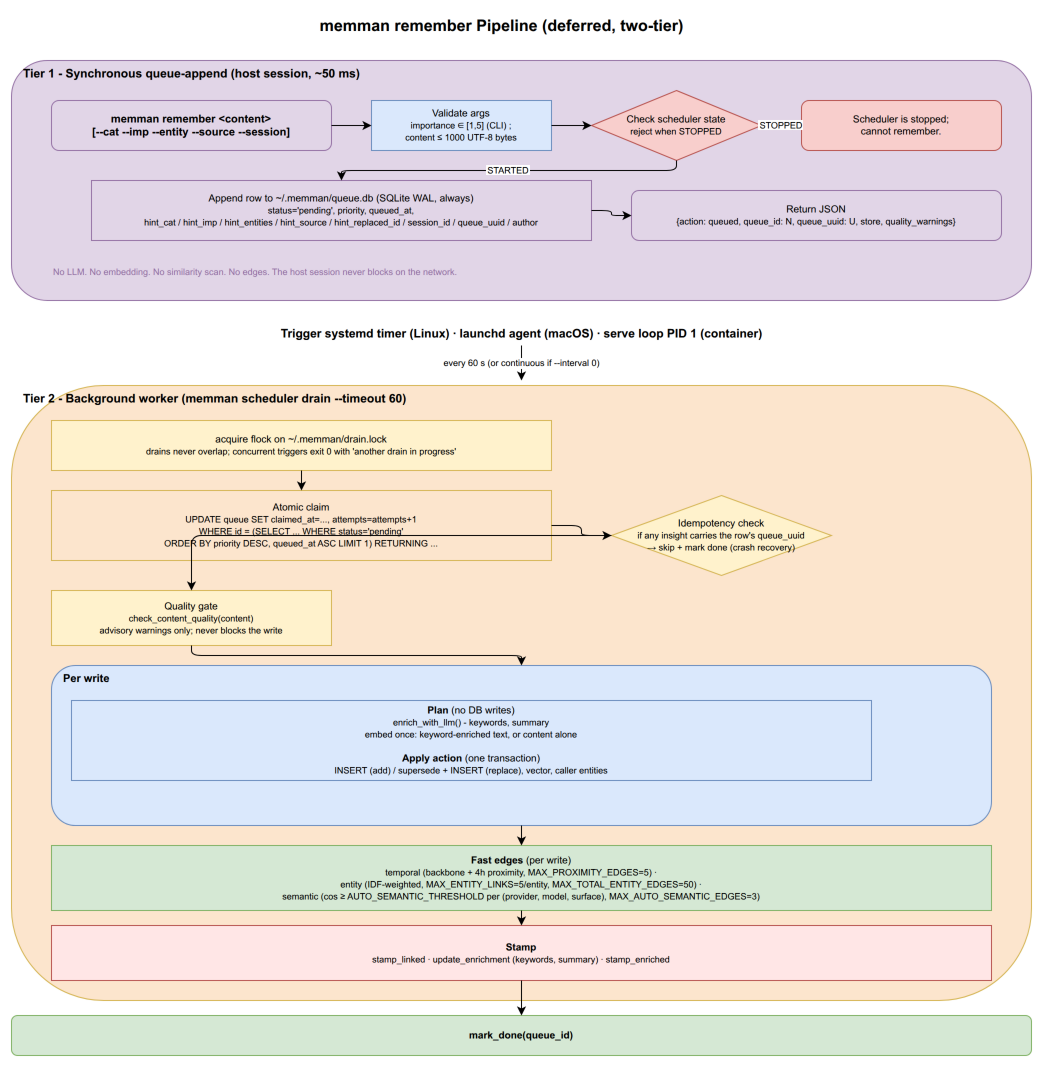
Above: docs/diagrams/02-remember-pipeline.drawio.png in bissli/memman (draw.io), before the change. Source tidied: cells renumbered, new cells last; positions are measured from the earlier drawing's top-left corner, leaving out a move shared by most shapes.
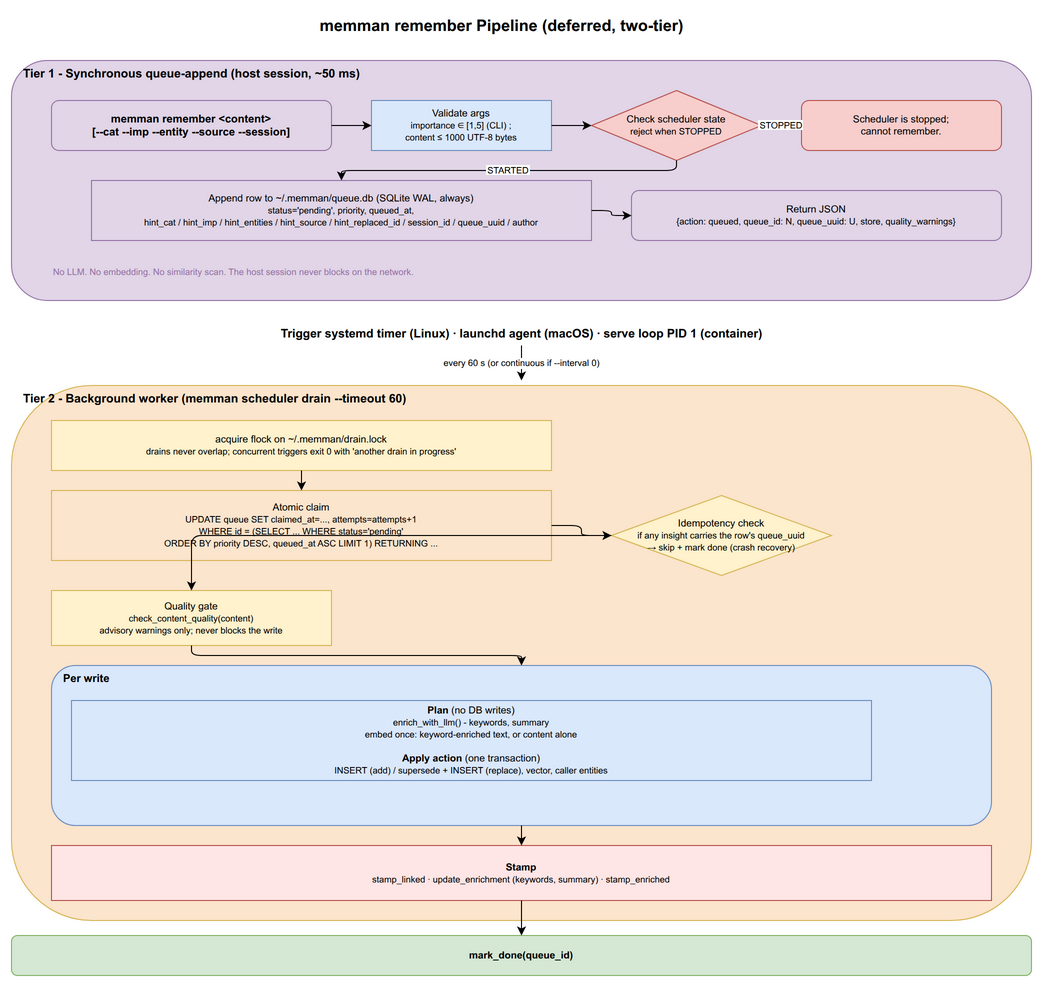
The same diagram one commit later.

What changed in the source:
```diff
@@ -26,7 +26,7 @@
     <mxCell id="9" value="Return JSON&lt;br&gt;&lt;font style=&quot;font-size:9px&quot;&gt;{action: queued, queue_id: N, queue_uuid: U, store, quality_warnings}&lt;/font&gt;" style="rounded=1;whiteSpace=wrap;html=1;fillColor=#e1d5e7;strokeColor=#9673a6;fontSize=10;" parent="1" vertex="1">
       <mxGeometry x="620" y="180" width="370" height="50" as="geometry" />
     </mxCell>
-    <mxCell id="10" value="&lt;font style=&quot;font-size:9px;color:#9673a6&quot;&gt;No LLM. No embedding. No similarity scan. No edges. The host session never blocks on the network.&lt;/font&gt;" style="text;html=1;align=left;fontSize=9;fillColor=none;strokeColor=none;fontColor=#9673a6;" parent="1" vertex="1">
+    <mxCell id="10" value="&lt;font style=&quot;font-size:9px;color:#9673a6&quot;&gt;No LLM. No embedding. No similarity scan. The host session never blocks on the network.&lt;/font&gt;" style="text;html=1;align=left;fontSize=9;fillColor=none;strokeColor=none;fontColor=#9673a6;" parent="1" vertex="1">
       <mxGeometry x="40" y="250" width="900" height="30" as="geometry" />
     </mxCell>
     <mxCell id="11" style="edgeStyle=orthogonalEdgeStyle;rounded=1;" parent="1" edge="1" source="4" target="5">
@@ -54,7 +54,7 @@
       </mxGeometry>
     </mxCell>
     <mxCell id="18" value="&lt;b&gt;Tier 2 - Background worker (memman scheduler drain --timeout 60)&lt;/b&gt;" style="rounded=1;whiteSpace=wrap;html=1;fillColor=#fce5cd;strokeColor=#d6b656;verticalAlign=top;fontSize=12;align=left;spacingLeft=10;" parent="1" vertex="1">
-      <mxGeometry y="375" width="1020" height="615" as="geometry" />
+      <mxGeometry y="375" width="1020" height="535" as="geometry" />
     </mxCell>
     <mxCell id="19" value="acquire flock on ~/.memman/drain.lock&lt;br&gt;&lt;font style=&quot;font-size:9px&quot;&gt;drains never overlap; concurrent triggers exit 0 with 'another drain in progress'&lt;/font&gt;" style="rounded=0;whiteSpace=wrap;html=1;fillColor=#fff2cc;strokeColor=#d6b656;fontSize=10;" parent="1" vertex="1">
       <mxGeometry x="40" y="410" width="500" height="50" as="geometry" />
@@ -74,14 +74,11 @@
     <mxCell id="24" value="&lt;b&gt;Plan&lt;/b&gt; (no DB writes)&lt;br&gt;&lt;font style=&quot;font-size:9px&quot;&gt;enrich_with_llm() - keywords, summary&lt;br&gt;embed once: keyword-enriched text, or content alone&lt;/font&gt;&lt;br&gt;&lt;br&gt;&lt;b&gt;Apply action&lt;/b&gt; (one transaction)&lt;br&gt;&lt;font style=&quot;font-size:9px&quot;&gt;INSERT (add) / supersede + INSERT (replace), vector, caller entities&lt;/font&gt;" style="rounded=0;whiteSpace=wrap;html=1;fillColor=#dae8fc;strokeColor=#6c8ebf;fontSize=10;" parent="1" vertex="1">
       <mxGeometry x="60" y="690" width="800" height="80" as="geometry" />
     </mxCell>
-    <mxCell id="25" value="&lt;b&gt;Fast edges&lt;/b&gt; (per write)&lt;br&gt;&lt;font style=&quot;font-size:9px&quot;&gt;temporal (backbone + 4h proximity, MAX_PROXIMITY_EDGES=5) ·&lt;br&gt;entity (IDF-weighted, MAX_ENTITY_LINKS=5/entity, MAX_TOTAL_ENTITY_EDGES=50) ·&lt;br&gt;semantic (cos ≥ AUTO_SEMANTIC_THRESHOLD per (provider, model, surface), MAX_AUTO_SEMANTIC_EDGES=3)&lt;/font&gt;" style="rounded=0;whiteSpace=wrap;html=1;fillColor=#d5e8d4;strokeColor=#82b366;fontSize=10;" parent="1" vertex="1">
-      <mxGeometry x="40" y="835" width="940" height="65" as="geometry" />
-    </mxCell>
     <mxCell id="26" value="&lt;b&gt;Stamp&lt;/b&gt;&lt;br&gt;&lt;font style=&quot;font-size:9px&quot;&gt;stamp_linked · update_enrichment (keywords, summary) · stamp_enriched&lt;/font&gt;" style="rounded=0;whiteSpace=wrap;html=1;fillColor=#FFE6E6;strokeColor=#b85450;fontSize=10;" parent="1" vertex="1">
-      <mxGeometry x="40" y="915" width="940" height="55" as="geometry" />
+      <mxGeometry x="40" y="835" width="940" height="55" as="geometry" />
     </mxCell>
     <mxCell id="27" value="mark_done(queue_id)" style="rounded=1;whiteSpace=wrap;html=1;fillColor=#d5e8d4;strokeColor=#82b366;fontSize=10;fontStyle=1;" parent="1" vertex="1">
-      <mxGeometry y="1005" width="1020" height="40" as="geometry" />
+      <mxGeometry y="925" width="1020" height="40" as="geometry" />
     </mxCell>
     <mxCell id="28" style="edgeStyle=orthogonalEdgeStyle;rounded=1;" parent="1" edge="1" source="19" target="20">
       <mxGeometry relative="1" as="geometry" />
@@ -95,12 +92,9 @@
     <mxCell id="31" style="edgeStyle=orthogonalEdgeStyle;rounded=1;" parent="1" edge="1" source="22" target="23">
       <mxGeometry relative="1" as="geometry" />
     </mxCell>
-    <mxCell id="32" style="edgeStyle=orthogonalEdgeStyle;rounded=1;" parent="1" edge="1" source="23" target="25">
-      <mxGeometry relative="1" as="geometry" />
-    </mxCell>
-    <mxCell id="33" style="edgeStyle=orthogonalEdgeStyle;rounded=1;" parent="1" edge="1" source="25" target="26">
-      <mxGeometry relative="1" as="geometry" />
-    </mxCell>
+    <mxCell id="35" style="edgeStyle=orthogonalEdgeStyle;rounded=1;" parent="1" edge="1" source="23" target="26">
+      <mxGeometry relative="1" as="geometry" />
+    </mxCell>
     <mxCell id="34" style="edgeStyle=orthogonalEdgeStyle;rounded=1;" parent="1" edge="1" source="26" target="27">
       <mxGeometry relative="1" as="geometry" />
     </mxCell>
```
